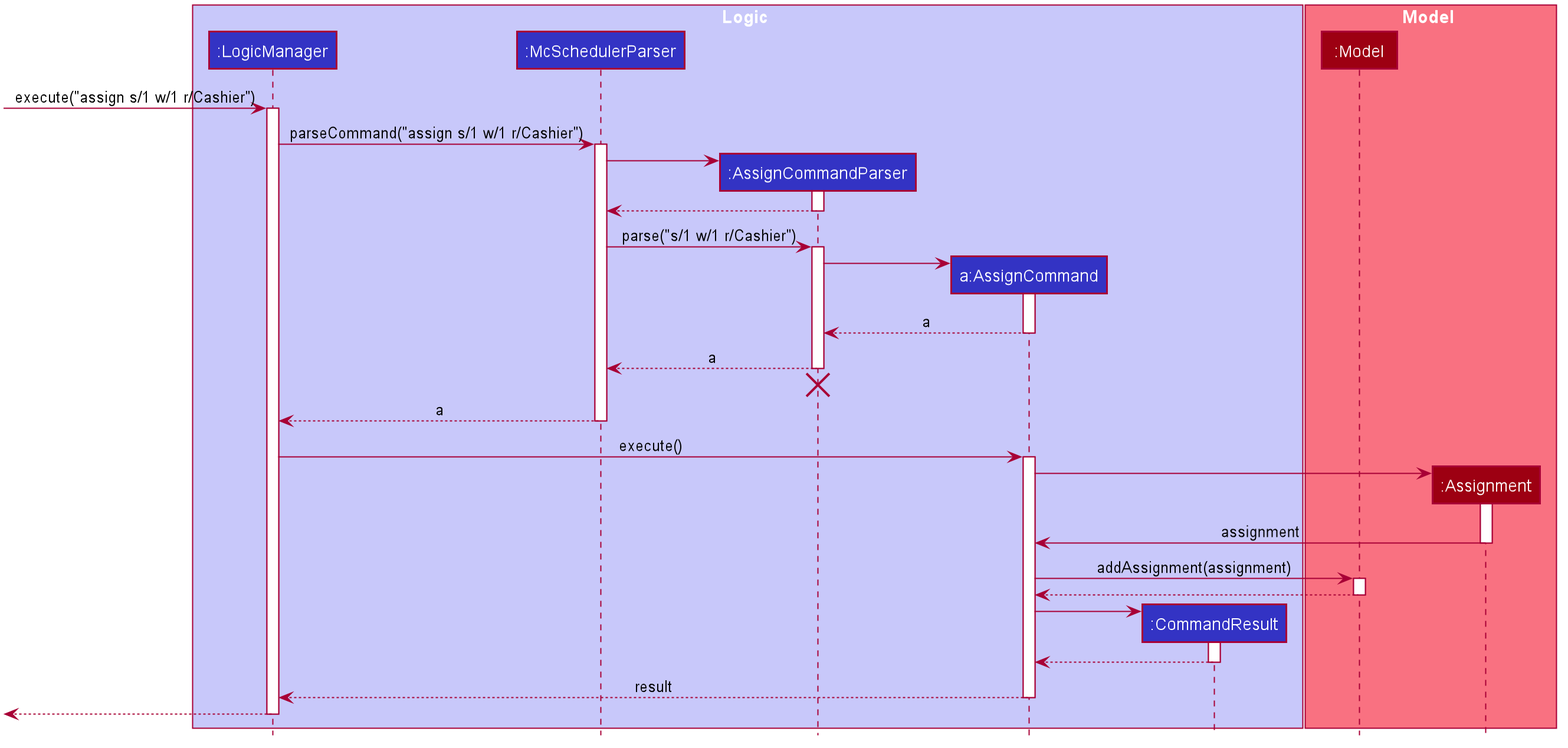
Before: docs/images/AssignSequenceDiagram.png, a diagram exported from PlantUML (wakululuu/tp).
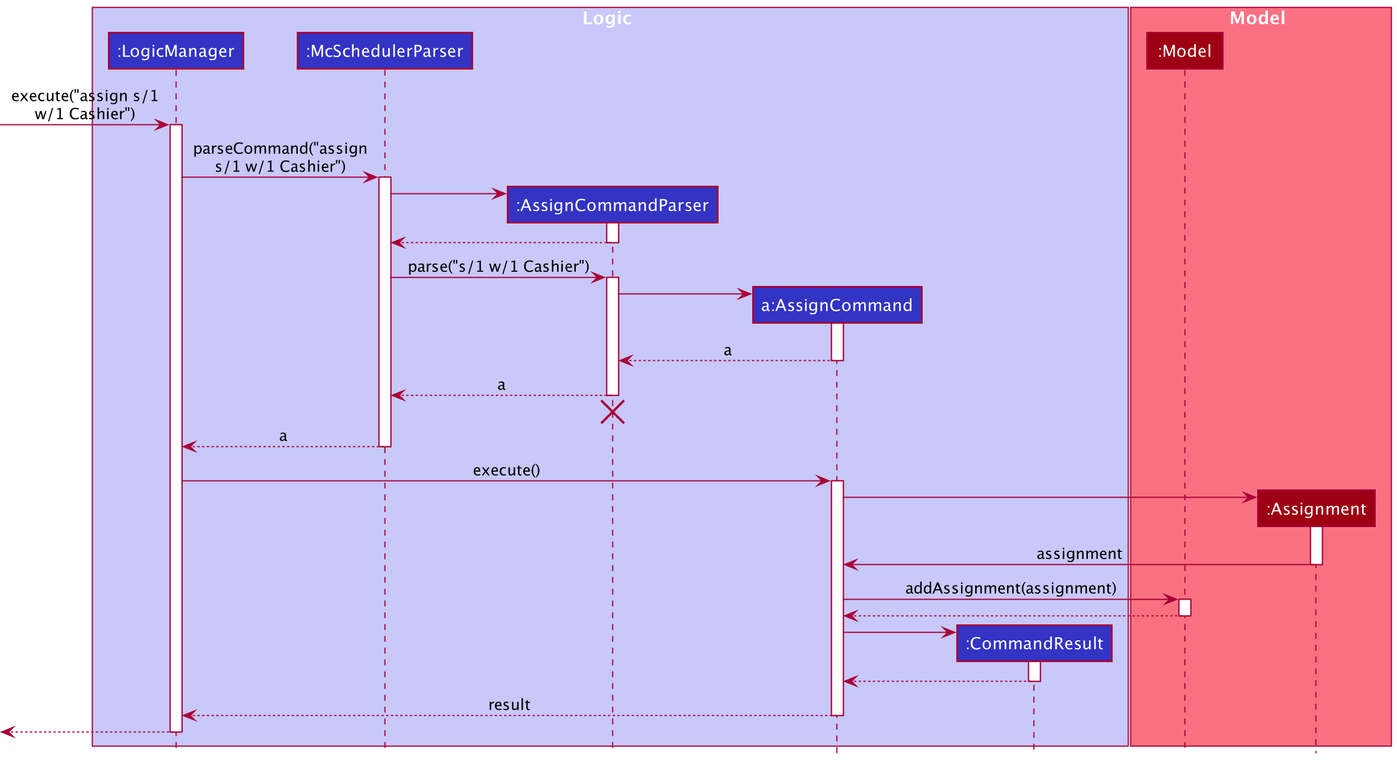
Above is the later version.

What changed in the source:
```diff
@@ -1,73 +1,23 @@
 @startuml
+!include style.puml
 
-
-
-
-
-
-
-
-skinparam BackgroundColor #FFFFFFF
-
-skinparam Shadowing false
-
-skinparam Class {
-    FontColor #FFFFFF
-    BorderThickness 1
-    BorderColor #FFFFFF
-    StereotypeFontColor #FFFFFF
-    FontName Arial
-    AttributeFontColor #FFFFFF
-    AttributeFontName Arial
-}
-
-skinparam Actor {
-    BorderColor #000000
-    Color #000000
-    FontName Arial
-}
-
-skinparam Sequence {
-    MessageAlign center
-    BoxFontSize 15
-    BoxPadding 0
-    BoxFontColor #FFFFFF
-    FontName Arial
-}
-
-skinparam Participant {
-    FontColor #FFFFFFF
-    Padding 20
-}
-
-skinparam MinClassWidth 50
-skinparam ParticipantPadding 10
-skinparam Shadowing false
-skinparam DefaultTextAlignment center
-skinparam packageStyle Rectangle
-
-hide footbox
-hide empty members
-hide circle
-skinparam backgroundColor transparent
-
-box Logic #C8C8FA
-participant ":LogicManager" as LogicManager #3333C4
-participant ":McSchedulerParser" as McSchedulerParser #3333C4
-participant ":AssignCommandParser" as AssignCommandParser #3333C4
-participant "a:AssignCommand" as AssignCommand #3333C4
-participant ":CommandResult" as CommandResult #3333C4
+box Logic LOGIC_COLOR_T1
+participant ":LogicManager" as LogicManager LOGIC_COLOR
+participant ":McSchedulerParser" as McSchedulerParser LOGIC_COLOR
+participant ":AssignCommandParser" as AssignCommandParser LOGIC_COLOR
+participant "a:AssignCommand" as AssignCommand LOGIC_COLOR
+participant ":CommandResult" as CommandResult LOGIC_COLOR
 end box
 
-box Model #F97181
-participant ":Model" as Model #9D0012
-participant ":Assignment" as Assignment #9D0012
+box Model MODEL_COLOR_T1
+participant ":Model" as Model MODEL_COLOR
+participant ":Assignment" as Assignment MODEL_COLOR
 end box
 
-[-> LogicManager : execute("assign s/1 w/1 r/Cashier")
+[-> LogicManager : execute("assign s/1\nw/1 Cashier")
 activate LogicManager
 
-LogicManager -> McSchedulerParser : parseCommand("assign s/1 w/1 r/Cashier")
+LogicManager -> McSchedulerParser : parseCommand("assign\ns/1 w/1 Cashier")
 activate McSchedulerParser
 
 create AssignCommandParser
@@ -77,7 +27,7 @@
 AssignCommandParser --> McSchedulerParser
 deactivate AssignCommandParser
 
-McSchedulerParser -> AssignCommandParser : parse("s/1 w/1 r/Cashier")
+McSchedulerParser -> AssignCommandParser : parse("s/1 w/1 Cashier")
 activate AssignCommandParser
 
 create AssignCommand
```
